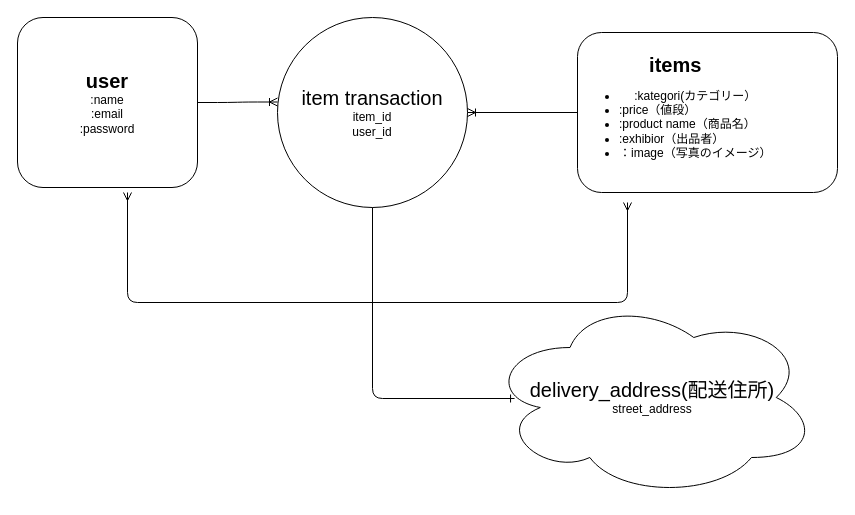
This is ER.drawio from tosihisamitunaga/furima_28378, a draw.io file, before an edit. Source tidied: cells renumbered, new cells numbered last; positions are measured from the earlier drawing's top-left corner, leaving out a move shared by most shapes. Both pictures are drawn from the tidied source at 100%, with x=0, y=0 at pixel (17, 17).
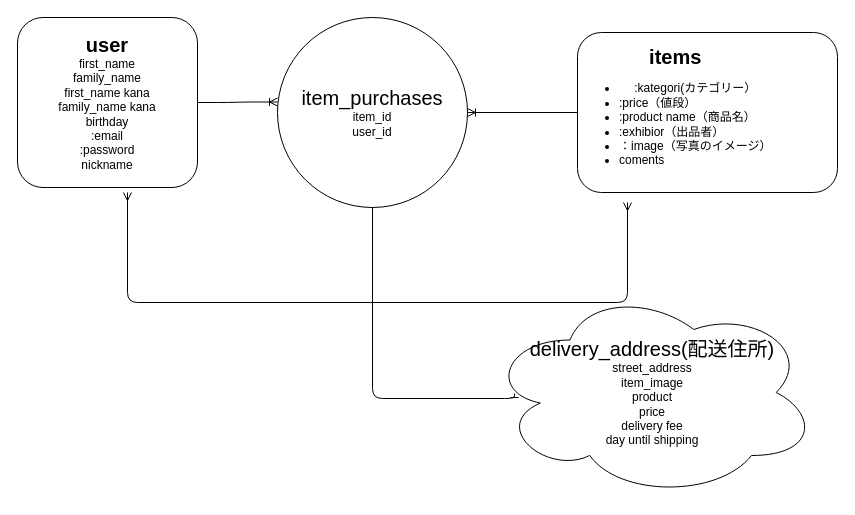
Above is the later version.

What changed in the source:
```diff
@@
 <mxGraphModel>
   <root>
     <mxCell id="0" />
     <mxCell id="1" parent="0" />
-    <mxCell id="2" value="&lt;b style=&quot;font-size: 20px&quot;&gt;user&lt;br&gt;&lt;/b&gt;:name&lt;br&gt;:email&lt;br&gt;:password" style="rounded=1;whiteSpace=wrap;html=1;" parent="1" vertex="1">
+    <mxCell id="2" value="&lt;b style=&quot;font-size: 20px&quot;&gt;user&lt;br&gt;&lt;/b&gt;first_name&lt;br&gt;family_name&lt;br&gt;first_name kana&lt;br&gt;family_name kana&lt;br&gt;birthday&lt;br&gt;:email&lt;br&gt;:password&lt;br&gt;nickname" style="rounded=1;whiteSpace=wrap;html=1;" parent="1" vertex="1">
       <mxGeometry width="180" height="170" as="geometry" />
     </mxCell>
-    <mxCell id="3" value="&lt;span style=&quot;font-size: 20px&quot;&gt;delivery_address(配送住所)&lt;/span&gt;&lt;br&gt;street_address" style="ellipse;shape=cloud;whiteSpace=wrap;html=1;" parent="1" vertex="1">
-      <mxGeometry x="470" y="280" width="330" height="200" as="geometry" />
+    <mxCell id="3" value="&lt;span style=&quot;font-size: 20px&quot;&gt;delivery_address(配送住所)&lt;/span&gt;&lt;br&gt;street_address&lt;br&gt;item_image&lt;br&gt;product&lt;br&gt;price&lt;br&gt;delivery fee&lt;br&gt;day until shipping" style="ellipse;shape=cloud;whiteSpace=wrap;html=1;" parent="1" vertex="1">
+      <mxGeometry x="470" y="270" width="330" height="210" as="geometry" />
     </mxCell>
-    <mxCell id="4" value="&lt;div style=&quot;text-align: center&quot;&gt;&lt;b&gt;&lt;font style=&quot;font-size: 20px&quot;&gt;items&lt;/font&gt;&lt;/b&gt;&lt;/div&gt;&lt;ul&gt;&lt;li style=&quot;text-align: center&quot;&gt;:kategori(カテゴリー）&lt;/li&gt;&lt;li&gt;:price（値段）&lt;/li&gt;&lt;li&gt;:product name（商品名）&lt;/li&gt;&lt;li&gt;:exhibior（出品者）&lt;/li&gt;&lt;li&gt;：image（写真のイメージ）&lt;/li&gt;&lt;/ul&gt;" style="rounded=1;whiteSpace=wrap;html=1;align=left;" parent="1" vertex="1">
+    <mxCell id="4" value="&lt;div style=&quot;text-align: center&quot;&gt;&lt;b&gt;&lt;font style=&quot;font-size: 20px&quot;&gt;items&lt;/font&gt;&lt;/b&gt;&lt;/div&gt;&lt;ul&gt;&lt;li style=&quot;text-align: center&quot;&gt;:kategori(カテゴリー）&lt;/li&gt;&lt;li&gt;:price（値段）&lt;/li&gt;&lt;li&gt;:product name（商品名）&lt;/li&gt;&lt;li&gt;:exhibior（出品者）&lt;/li&gt;&lt;li&gt;：image（写真のイメージ）&lt;/li&gt;&lt;li&gt;coments&lt;/li&gt;&lt;/ul&gt;" style="rounded=1;whiteSpace=wrap;html=1;align=left;" parent="1" vertex="1">
       <mxGeometry x="560" y="15" width="260" height="160" as="geometry" />
     </mxCell>
-    <mxCell id="5" value="&lt;font style=&quot;font-size: 20px&quot;&gt;item transaction&lt;/font&gt;&lt;br&gt;item_id&lt;br&gt;user_id" style="ellipse;whiteSpace=wrap;html=1;align=center;" parent="1" vertex="1">
+    <mxCell id="5" value="&lt;font style=&quot;font-size: 20px&quot;&gt;item_purchases&lt;/font&gt;&lt;br&gt;item_id&lt;br&gt;user_id" style="ellipse;whiteSpace=wrap;html=1;align=center;" parent="1" vertex="1">
       <mxGeometry x="260" width="190" height="190" as="geometry" />
     </mxCell>
     <mxCell id="6" style="fontSize=12;html=1;endArrow=ERoneToMany;" parent="1" edge="1" source="4">
       <mxGeometry relative="1" as="geometry">
         <mxPoint x="450" y="95" as="targetPoint" />
       </mxGeometry>
     </mxCell>
     <mxCell id="7" style="edgeStyle=entityRelationEdgeStyle;fontSize=12;html=1;endArrow=ERoneToMany;" parent="1" edge="1">
       <mxGeometry relative="1" as="geometry">
         <mxPoint x="180" y="85" as="sourcePoint" />
         <mxPoint x="260" y="84.5" as="targetPoint" />
       </mxGeometry>
     </mxCell>
     <mxCell id="8" style="edgeStyle=orthogonalEdgeStyle;fontSize=12;html=1;endArrow=ERmany;startArrow=ERmany;" parent="1" edge="1">
       <mxGeometry relative="1" as="geometry">
         <mxPoint x="110" y="175" as="sourcePoint" />
         <mxPoint x="610" y="185" as="targetPoint" />
         <Array as="points">
           <mxPoint x="110" y="285" />
           <mxPoint x="610" y="285" />
         </Array>
       </mxGeometry>
     </mxCell>
     <mxCell id="9" style="edgeStyle=orthogonalEdgeStyle;fontSize=12;html=1;endArrow=ERone;endFill=1;exitX=0.5;exitY=1;exitDx=0;exitDy=0;entryX=0.082;entryY=0.505;entryDx=0;entryDy=0;entryPerimeter=0;" parent="1" edge="1" source="5" target="3">
       <mxGeometry relative="1" as="geometry">
         <Array as="points">
           <mxPoint x="355" y="381" />
         </Array>
       </mxGeometry>
     </mxCell>
   </root>
 </mxGraphModel>
```
